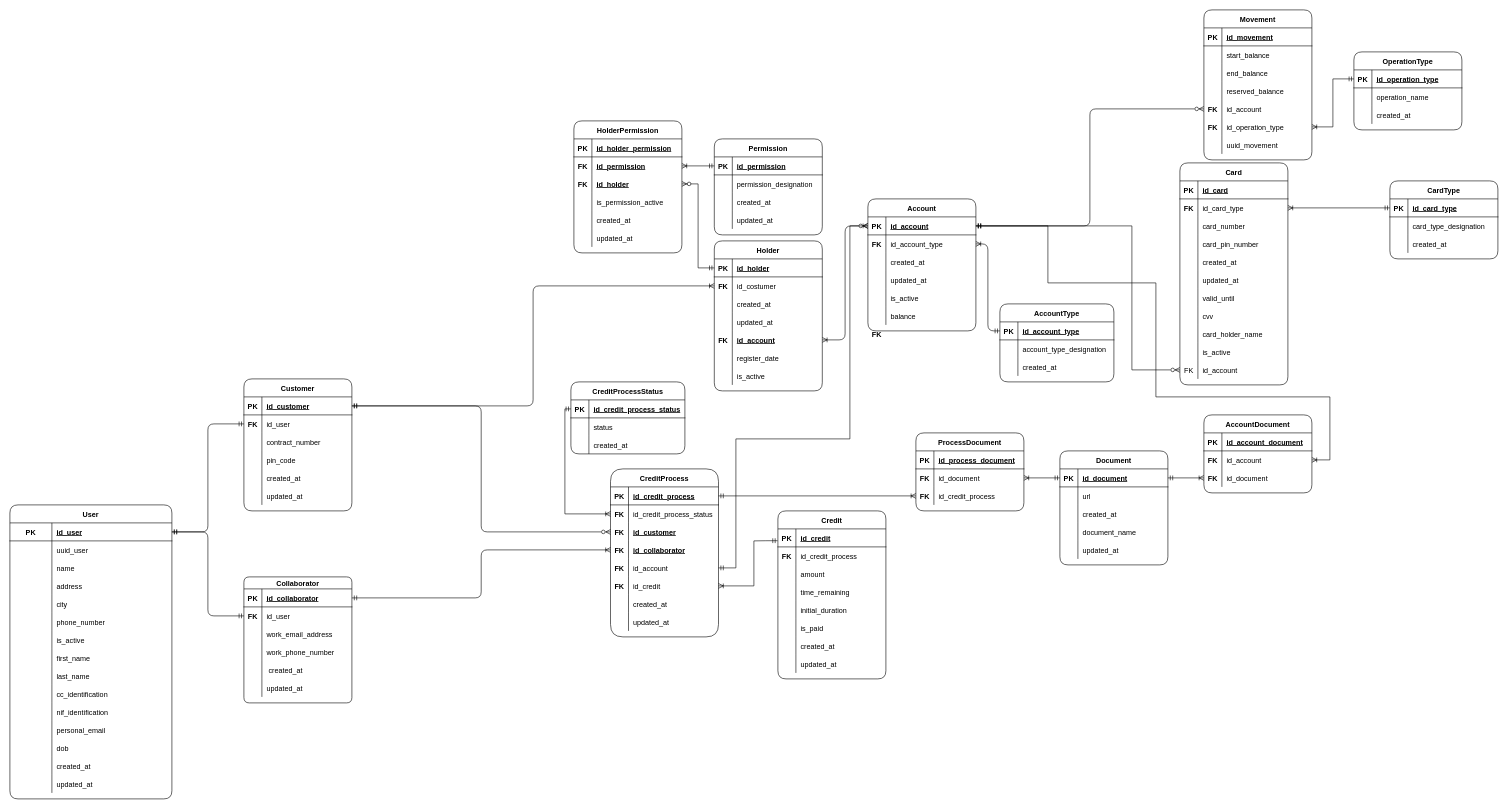
Above: page "Modelo Relacional" (2 of 2) of Untitled Diagram.drawio in pedro7161/Ciencia_dos_Dados_TP1_Base-de-dados (draw.io), before the change. Source tidied: cells renumbered, new cells numbered last; positions are measured from the earlier drawing's top-left corner, leaving out a move shared by most shapes. Both pictures are drawn from the tidied source at 60%, with x=0, y=0 at pixel (10, 10).
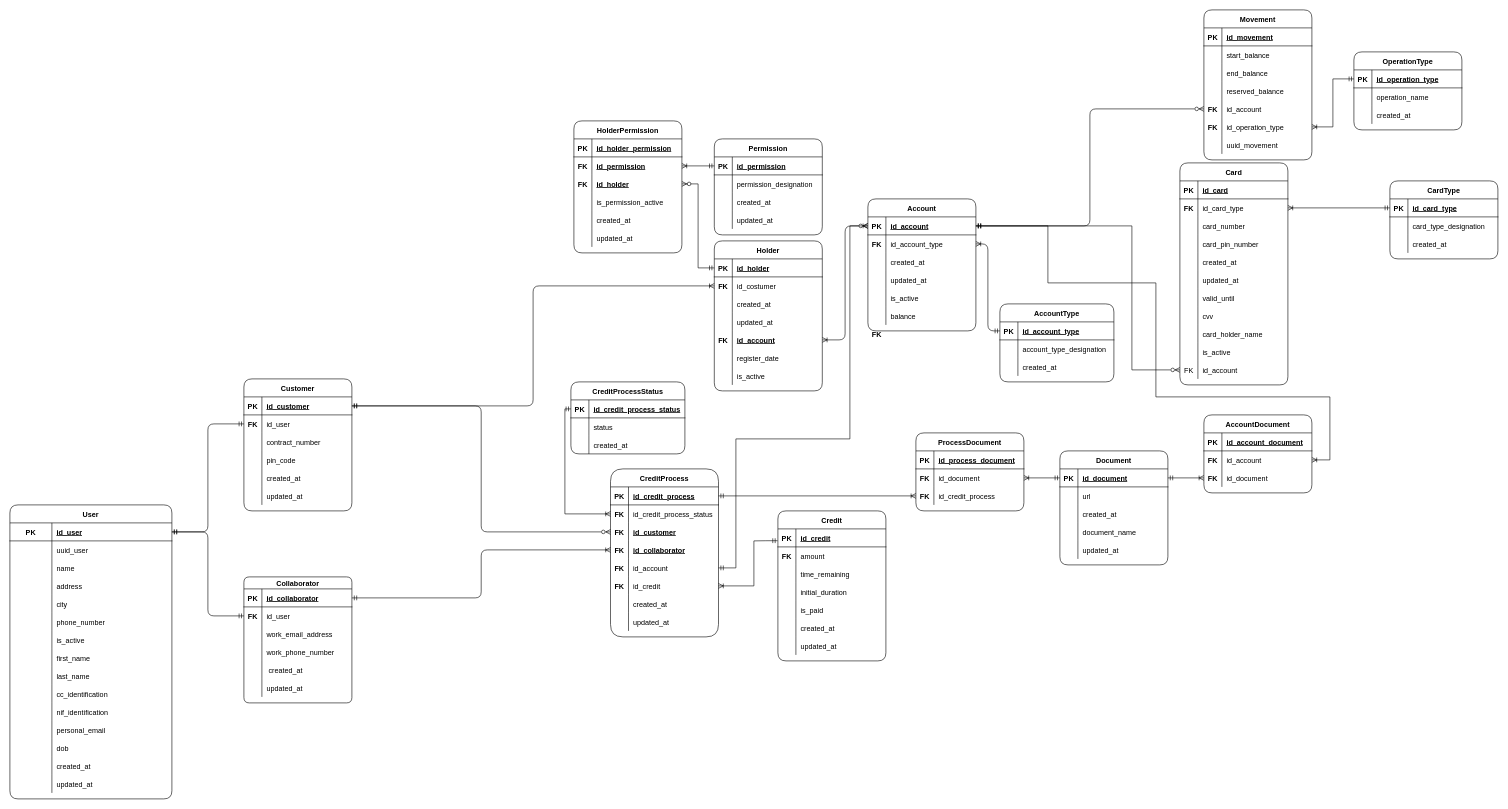
After the change.

The edit, as a diff of the source:
```diff
@@
     <mxCell id="2" value="Credit" style="shape=table;startSize=30;childLayout=tableLayout;rowLines=0;fontStyle=1;align=center;rounded=1;verticalAlign=middle;" parent="1" vertex="1">
-      <mxGeometry x="1280" y="835" width="180" height="280" as="geometry" />
+      <mxGeometry x="1280" y="835" width="180" height="250" as="geometry" />
     </mxCell>
@@
-    <mxCell id="6" style="shape=tableRow;horizontal=0;startSize=0;swimlaneHead=0;swimlaneBody=0;fillColor=none;top=0;left=0;right=0;bottom=0;rounded=1;" parent="2" vertex="1">
-      <mxGeometry y="60" width="180" height="30" as="geometry" />
-    </mxCell>
-    <mxCell id="7" style="shape=partialRectangle;fillColor=none;top=0;left=0;bottom=0;right=0;overflow=hidden;rounded=1;" parent="6" vertex="1">
-      <mxGeometry width="30" height="30" as="geometry" />
-    </mxCell>
-    <mxCell id="8" value="id_credit_process" style="shape=partialRectangle;fillColor=none;top=0;left=0;bottom=0;right=0;align=left;spacingLeft=6;overflow=hidden;rounded=1;" parent="6" vertex="1">
-      <mxGeometry x="30" width="150" height="30" as="geometry" />
-    </mxCell>
     <mxCell id="9" style="shape=tableRow;horizontal=0;startSize=0;swimlaneHead=0;swimlaneBody=0;fillColor=none;top=0;left=0;right=0;bottom=0;rounded=1;" parent="2" vertex="1">
-      <mxGeometry y="90" width="180" height="30" as="geometry" />
+      <mxGeometry y="60" width="180" height="30" as="geometry" />
     </mxCell>
@@
     <mxCell id="12" style="shape=tableRow;horizontal=0;startSize=0;swimlaneHead=0;swimlaneBody=0;fillColor=none;top=0;left=0;right=0;bottom=0;rounded=1;" parent="2" vertex="1">
-      <mxGeometry y="120" width="180" height="30" as="geometry" />
+      <mxGeometry y="90" width="180" height="30" as="geometry" />
     </mxCell>
@@
     <mxCell id="15" style="shape=tableRow;horizontal=0;startSize=0;swimlaneHead=0;swimlaneBody=0;fillColor=none;top=0;left=0;right=0;bottom=0;rounded=1;" parent="2" vertex="1">
-      <mxGeometry y="150" width="180" height="30" as="geometry" />
+      <mxGeometry y="120" width="180" height="30" as="geometry" />
     </mxCell>
@@
     <mxCell id="18" style="shape=tableRow;horizontal=0;startSize=0;swimlaneHead=0;swimlaneBody=0;fillColor=none;top=0;left=0;right=0;bottom=0;rounded=1;" parent="2" vertex="1">
-      <mxGeometry y="180" width="180" height="30" as="geometry" />
+      <mxGeometry y="150" width="180" height="30" as="geometry" />
     </mxCell>
@@
     <mxCell id="21" style="shape=tableRow;horizontal=0;startSize=0;swimlaneHead=0;swimlaneBody=0;fillColor=none;top=0;left=0;right=0;bottom=0;rounded=1;" parent="2" vertex="1">
-      <mxGeometry y="210" width="180" height="30" as="geometry" />
+      <mxGeometry y="180" width="180" height="30" as="geometry" />
     </mxCell>
@@
     <mxCell id="24" style="shape=tableRow;horizontal=0;startSize=0;swimlaneHead=0;swimlaneBody=0;fillColor=none;top=0;left=0;right=0;bottom=0;rounded=1;" parent="2" vertex="1">
-      <mxGeometry y="240" width="180" height="30" as="geometry" />
+      <mxGeometry y="210" width="180" height="30" as="geometry" />
     </mxCell>
```
